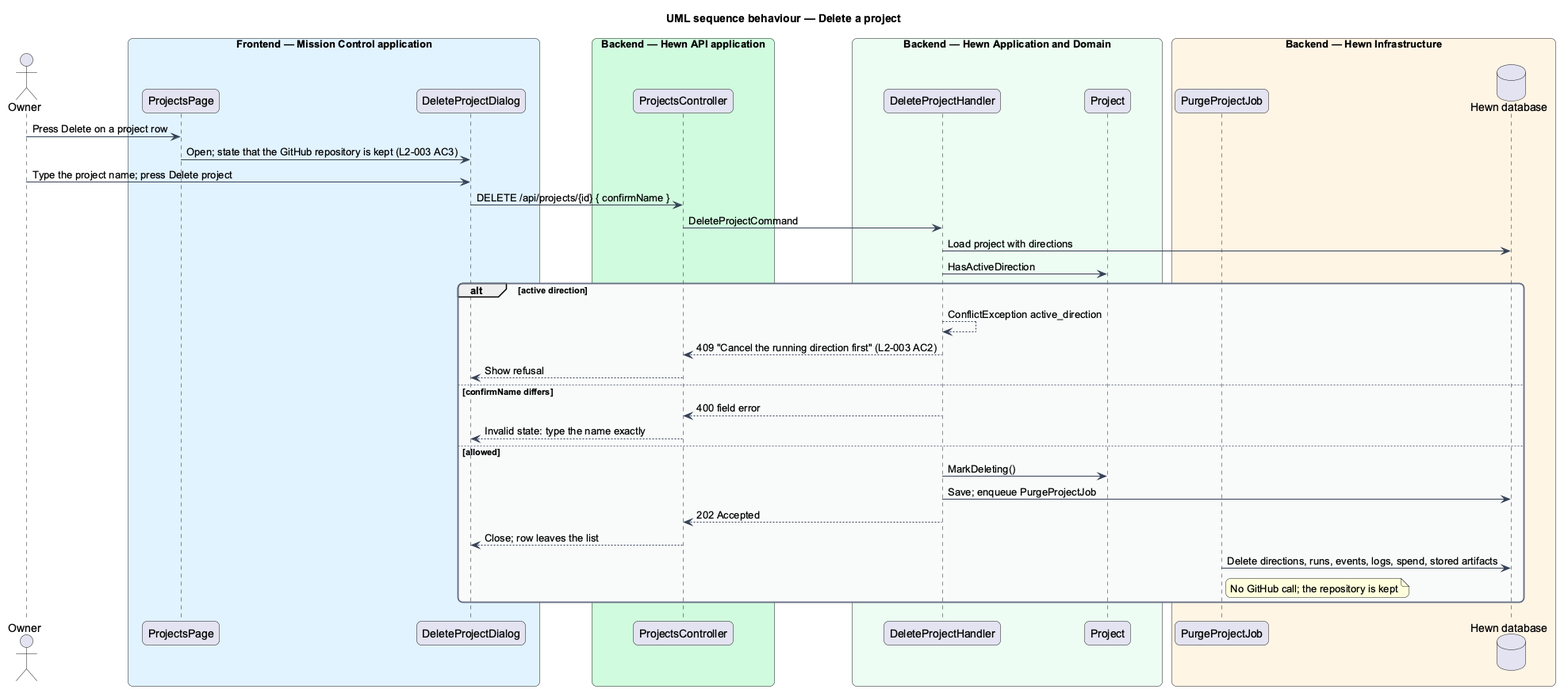
Before: docs/detailed-designs/projects/archive-and-delete-project/diagrams/sequence-delete.png, a diagram exported from PlantUML (QuinntyneBrown/hewn).
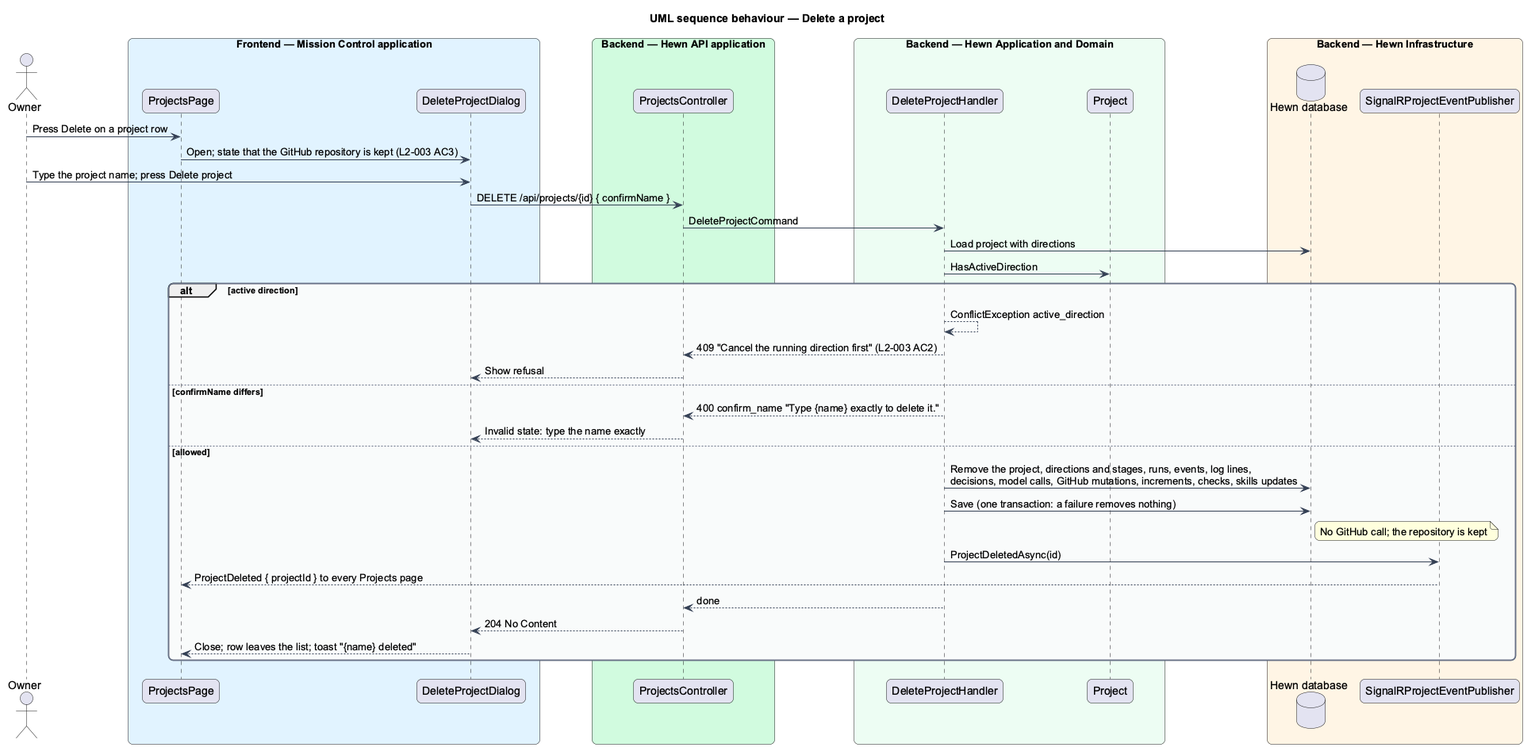
Above is the later version.

What changed in the source:
```diff
@@ -28,8 +28,8 @@
   participant "Project" as proj
 end box
 box "Backend — Hewn Infrastructure" #FFF4E5
-  participant "PurgeProjectJob" as purge
   database "Hewn database" as db
+  participant "SignalRProjectEventPublisher" as hub
 end box
 owner -> page : Press Delete on a project row
 page -> dlg : Open; state that the GitHub repository is kept (L2-003 AC3)
@@ -43,14 +43,16 @@
   del --> ctrl : 409 "Cancel the running direction first" (L2-003 AC2)
   ctrl --> dlg : Show refusal
 else confirmName differs
-  del --> ctrl : 400 field error
+  del --> ctrl : 400 confirm_name "Type {name} exactly to delete it."
   ctrl --> dlg : Invalid state: type the name exactly
 else allowed
-  del -> proj : MarkDeleting()
-  del -> db : Save; enqueue PurgeProjectJob
-  del --> ctrl : 202 Accepted
-  ctrl --> dlg : Close; row leaves the list
-  purge -> db : Delete directions, runs, events, logs, spend, stored artifacts
-  note right of purge : No GitHub call; the repository is kept
+  del -> db : Remove the project, directions and stages, runs, events, log lines,\ndecisions, model calls, GitHub mutations, increments, checks, skills updates
+  del -> db : Save (one transaction: a failure removes nothing)
+  note right of db : No GitHub call; the repository is kept
+  del -> hub : ProjectDeletedAsync(id)
+  hub --> page : ProjectDeleted { projectId } to every Projects page
+  del --> ctrl : done
+  ctrl --> dlg : 204 No Content
+  dlg --> page : Close; row leaves the list; toast "{name} deleted"
 end
 @enduml
```
